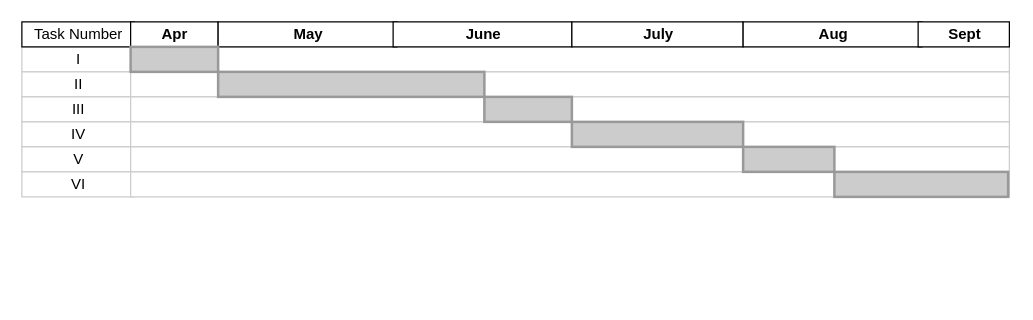
This is images/time_plan.drawio from VincentDerekHeld/bachelor-thesis-2.0, a draw.io file, before an edit. Source tidied: cells renumbered, new cells numbered last; positions are measured from the earlier drawing's top-left corner, leaving out a move shared by most shapes. Both pictures are drawn from the tidied source at 125%, with x=0, y=0 at pixel (21, 21).
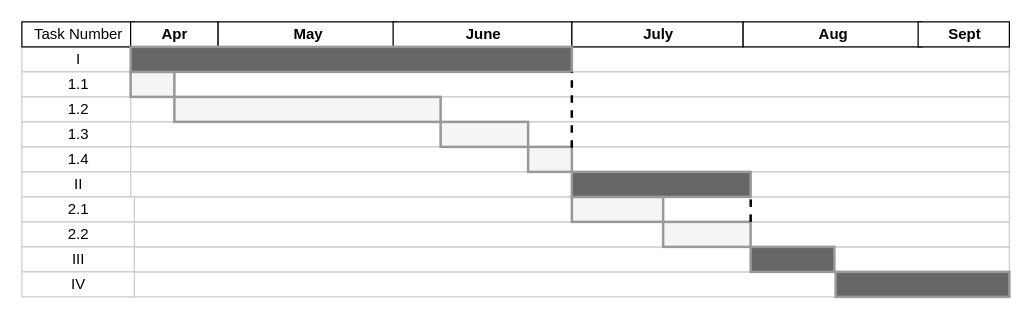
The same page after the edit.

The change refers to these unchanged cells:
```xml
<mxCell id="18" style="align=left;strokeColor=#CCCCCC;html=1;" parent="1" vertex="1">
  <mxGeometry x="87" y="80" width="703" height="20" as="geometry" />
</mxCell>
```

Diff of the diagram source:
```diff
@@
+    <mxCell id="27" style="align=left;strokeColor=#CCCCCC;html=1;" parent="1" vertex="1">
+      <mxGeometry x="87" y="200" width="703" height="20" as="geometry" />
+    </mxCell>
+    <mxCell id="28" style="align=left;strokeColor=#CCCCCC;html=1;" parent="1" vertex="1">
+      <mxGeometry x="87" y="180" width="703" height="20" as="geometry" />
+    </mxCell>
+    <mxCell id="29" style="align=left;strokeColor=#CCCCCC;html=1;" parent="1" vertex="1">
+      <mxGeometry x="87" y="160" width="703" height="20" as="geometry" />
+    </mxCell>
+    <mxCell id="30" style="align=left;strokeColor=#CCCCCC;html=1;" parent="1" vertex="1">
+      <mxGeometry x="87" y="140" width="703" height="20" as="geometry" />
+    </mxCell>
@@
-    <mxCell id="3" value="II" style="align=center;strokeColor=#CCCCCC;html=1;" parent="1" vertex="1">
+    <mxCell id="3" value="1.1" style="align=center;strokeColor=#CCCCCC;html=1;" parent="1" vertex="1">
       <mxGeometry y="40" width="90" height="20" as="geometry" />
     </mxCell>
-    <mxCell id="4" value="III" style="align=center;strokeColor=#CCCCCC;html=1;" parent="1" vertex="1">
+    <mxCell id="4" value="1.2" style="align=center;strokeColor=#CCCCCC;html=1;" parent="1" vertex="1">
       <mxGeometry y="60" width="90" height="20" as="geometry" />
     </mxCell>
-    <mxCell id="5" value="IV" style="align=center;strokeColor=#CCCCCC;html=1;" parent="1" vertex="1">
+    <mxCell id="5" value="1.3" style="align=center;strokeColor=#CCCCCC;html=1;" parent="1" vertex="1">
       <mxGeometry y="80" width="90" height="20" as="geometry" />
     </mxCell>
-    <mxCell id="6" value="V" style="align=center;strokeColor=#CCCCCC;html=1;" parent="1" vertex="1">
+    <mxCell id="6" value="1.4" style="align=center;strokeColor=#CCCCCC;html=1;" parent="1" vertex="1">
       <mxGeometry y="100" width="90" height="20" as="geometry" />
     </mxCell>
-    <mxCell id="7" value="VI" style="align=center;strokeColor=#CCCCCC;html=1;" parent="1" vertex="1">
+    <mxCell id="7" value="II" style="align=center;strokeColor=#CCCCCC;html=1;" parent="1" vertex="1">
       <mxGeometry y="120" width="90" height="20" as="geometry" />
     </mxCell>
@@
-    <mxCell id="21" style="whiteSpace=wrap;html=1;strokeWidth=2;fillColor=#CCCCCC;gradientColor=none;fontSize=14;align=center;strokeColor=#999999;" parent="1" vertex="1">
-      <mxGeometry x="87" y="20" width="70" height="20" as="geometry" />
+    <mxCell id="21" style="whiteSpace=wrap;html=1;strokeWidth=2;fillColor=#F5F5F5;gradientColor=none;fontSize=14;align=center;strokeColor=#999999;" parent="1" vertex="1">
+      <mxGeometry x="87" y="40" width="35" height="20" as="geometry" />
     </mxCell>
-    <mxCell id="22" style="whiteSpace=wrap;html=1;strokeWidth=2;fillColor=#CCCCCC;gradientColor=none;fontSize=14;align=center;strokeColor=#999999;" parent="1" vertex="1">
-      <mxGeometry x="157" y="40" width="213" height="20" as="geometry" />
+    <mxCell id="22" style="whiteSpace=wrap;html=1;strokeWidth=2;fillColor=#F5F5F5;gradientColor=none;fontSize=14;align=center;strokeColor=#999999;" parent="1" vertex="1">
+      <mxGeometry x="122" y="60" width="213" height="20" as="geometry" />
     </mxCell>
-    <mxCell id="23" style="whiteSpace=wrap;html=1;strokeWidth=2;fillColor=#CCCCCC;gradientColor=none;fontSize=14;align=center;strokeColor=#999999;" parent="1" vertex="1">
-      <mxGeometry x="370" y="60" width="70" height="20" as="geometry" />
-    </mxCell>
-    <mxCell id="24" style="whiteSpace=wrap;html=1;strokeWidth=2;fillColor=#CCCCCC;gradientColor=none;fontSize=14;align=center;strokeColor=#999999;" parent="1" vertex="1">
-      <mxGeometry x="440" y="80" width="137" height="20" as="geometry" />
+    <mxCell id="24" style="whiteSpace=wrap;html=1;strokeWidth=2;fillColor=#666666;gradientColor=none;fontSize=14;align=center;strokeColor=#999999;" parent="1" vertex="1">
+      <mxGeometry x="87" y="20" width="353" height="20" as="geometry" />
     </mxCell>
-    <mxCell id="25" style="whiteSpace=wrap;html=1;strokeWidth=2;fillColor=#CCCCCC;gradientColor=none;fontSize=14;align=center;strokeColor=#999999;" parent="1" vertex="1">
-      <mxGeometry x="577" y="100" width="73" height="20" as="geometry" />
+    <mxCell id="25" style="whiteSpace=wrap;html=1;strokeWidth=2;fillColor=#F5F5F5;gradientColor=none;fontSize=14;align=center;strokeColor=#999999;" parent="1" vertex="1">
+      <mxGeometry x="440" y="140" width="73" height="20" as="geometry" />
     </mxCell>
-    <mxCell id="26" style="whiteSpace=wrap;html=1;strokeWidth=2;fillColor=#CCCCCC;gradientColor=none;fontSize=14;align=center;strokeColor=#999999;" parent="1" vertex="1">
-      <mxGeometry x="650" y="120" width="139" height="20" as="geometry" />
+    <mxCell id="26" style="whiteSpace=wrap;html=1;strokeWidth=2;fillColor=#666666;gradientColor=none;fontSize=14;align=center;strokeColor=#999999;" parent="1" vertex="1">
+      <mxGeometry x="651" y="200" width="139" height="20" as="geometry" />
     </mxCell>
+    <mxCell id="31" style="whiteSpace=wrap;html=1;strokeWidth=2;fillColor=#F5F5F5;gradientColor=none;fontSize=14;align=center;strokeColor=#999999;" parent="1" vertex="1">
+      <mxGeometry x="335" y="80" width="70" height="20" as="geometry" />
+    </mxCell>
+    <mxCell id="32" value="2.1" style="align=center;strokeColor=#CCCCCC;html=1;" parent="1" vertex="1">
+      <mxGeometry y="140" width="90" height="20" as="geometry" />
+    </mxCell>
+    <mxCell id="33" value="2.2" style="align=center;strokeColor=#CCCCCC;html=1;" parent="1" vertex="1">
+      <mxGeometry y="160" width="90" height="20" as="geometry" />
+    </mxCell>
+    <mxCell id="34" value="III" style="align=center;strokeColor=#CCCCCC;html=1;" parent="1" vertex="1">
+      <mxGeometry y="180" width="90" height="20" as="geometry" />
+    </mxCell>
+    <mxCell id="35" value="IV" style="align=center;strokeColor=#CCCCCC;html=1;" parent="1" vertex="1">
+      <mxGeometry y="200" width="90" height="20" as="geometry" />
+    </mxCell>
+    <mxCell id="36" style="whiteSpace=wrap;html=1;strokeWidth=2;fillColor=#F5F5F5;gradientColor=none;fontSize=14;align=center;strokeColor=#999999;" parent="1" vertex="1">
+      <mxGeometry x="405" y="100" width="35" height="20" as="geometry" />
+    </mxCell>
+    <mxCell id="37" style="whiteSpace=wrap;html=1;strokeWidth=2;fillColor=#F5F5F5;gradientColor=none;fontSize=14;align=center;strokeColor=#999999;" parent="1" vertex="1">
+      <mxGeometry x="513" y="160" width="70" height="20" as="geometry" />
+    </mxCell>
+    <mxCell id="38" style="whiteSpace=wrap;html=1;strokeWidth=2;fillColor=#666666;gradientColor=none;fontSize=14;align=center;strokeColor=#999999;" parent="1" vertex="1">
+      <mxGeometry x="583" y="180" width="67" height="20" as="geometry" />
+    </mxCell>
+    <mxCell id="39" style="whiteSpace=wrap;html=1;strokeWidth=2;fillColor=#666666;gradientColor=none;fontSize=14;align=center;strokeColor=#999999;" parent="1" vertex="1">
+      <mxGeometry x="440" y="120" width="143" height="20" as="geometry" />
+    </mxCell>
+    <mxCell id="40" style="endArrow=none;dashed=1;html=1;rounded=0;exitX=0.502;exitY=1.031;exitDx=0;exitDy=0;exitPerimeter=0;strokeWidth=2;" parent="1" edge="1" source="18">
+      <mxGeometry relative="1" as="geometry">
+        <mxPoint x="440" y="40" as="targetPoint" />
+      </mxGeometry>
+    </mxCell>
+    <mxCell id="41" style="endArrow=none;dashed=1;html=1;rounded=0;strokeWidth=2;" parent="1" edge="1">
+      <mxGeometry relative="1" as="geometry">
+        <mxPoint x="583" y="160" as="sourcePoint" />
+        <mxPoint x="583.1" y="139.4" as="targetPoint" />
+      </mxGeometry>
+    </mxCell>
```
